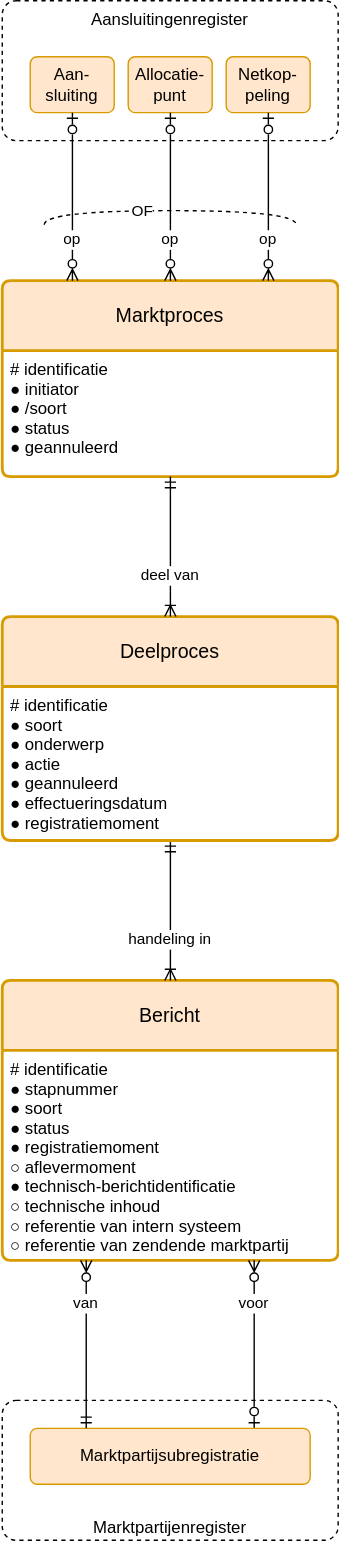
The draw.io diagram registers/marktprocesregister/1.0/marktprocesregister.drawio.svg in Netbeheer-Nederland/stelsel, before a commit. Source tidied: cells renumbered, new cells last; positions are measured from the earlier drawing's top-left corner, leaving out a move shared by most shapes.
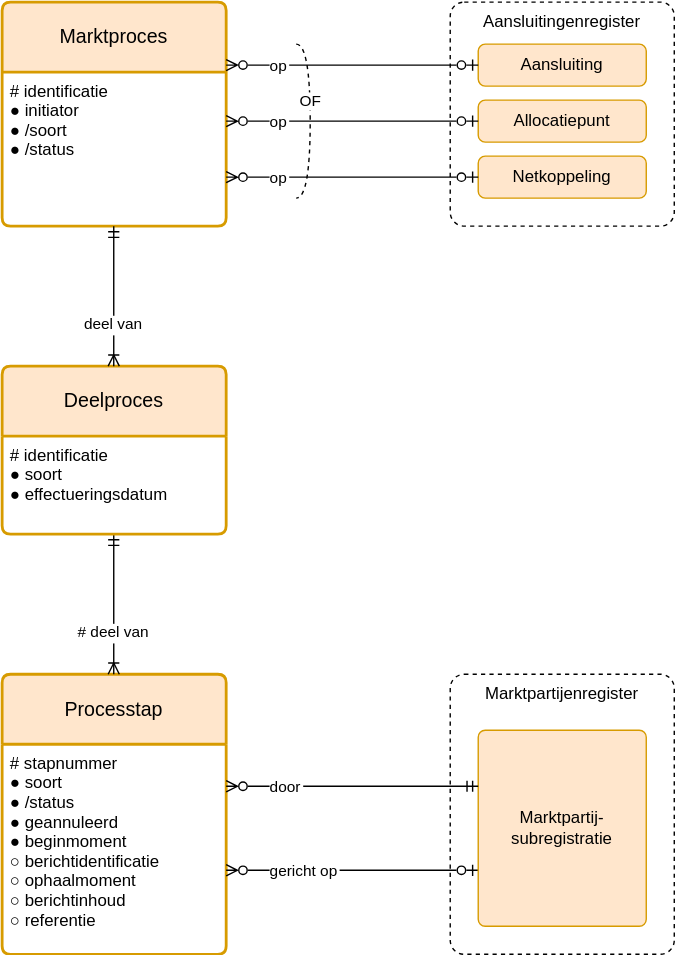
Later version of the same file.

Change to the diagram source:
```diff
@@ -2,78 +2,78 @@
   <root>
     <mxCell id="0" />
     <mxCell id="1" parent="0" />
-    <mxCell id="2" value="Marktpartijenregister" style="rounded=1;whiteSpace=wrap;absoluteArcSize=1;dashed=1;fillColor=default;verticalAlign=bottom;spacingLeft=10;spacingRight=10;" parent="1" vertex="1">
-      <mxGeometry y="1000" width="240" height="100" as="geometry" />
+    <mxCell id="2" value="Marktpartijenregister" style="rounded=1;whiteSpace=wrap;absoluteArcSize=1;dashed=1;fillColor=default;verticalAlign=top;spacingLeft=10;spacingRight=10;" parent="1" vertex="1">
+      <mxGeometry x="320" y="480" width="160" height="200" as="geometry" />
     </mxCell>
     <mxCell id="3" value="Marktproces" style="swimlane;horizontal=1;startSize=50;rounded=1;fontSize=14;fontStyle=0;strokeWidth=2;shadow=0;dashed=0;align=center;arcSize=4;whiteSpace=wrap;spacing=10;fillColor=#ffe6cc;strokeColor=#d79b00;" parent="1" vertex="1">
-      <mxGeometry y="200" width="240" height="140" as="geometry" />
+      <mxGeometry width="160" height="160" as="geometry" />
     </mxCell>
-    <mxCell id="4" value="# identificatie&#10;● initiator&#10;● /soort&#10;● status&#10;● geannuleerd" style="align=left;strokeColor=none;fillColor=none;spacingLeft=4;fontSize=12;verticalAlign=top;" parent="3" vertex="1">
-      <mxGeometry y="50" width="240" height="90" as="geometry" />
+    <mxCell id="4" value="# identificatie&#10;● initiator&#10;● /soort&#10;● /status" style="align=left;strokeColor=none;fillColor=none;spacingLeft=4;fontSize=12;verticalAlign=top;" parent="3" vertex="1">
+      <mxGeometry y="50" width="160" height="110" as="geometry" />
     </mxCell>
-    <mxCell id="5" value="Bericht" style="swimlane;horizontal=1;startSize=50;rounded=1;fontSize=14;fontStyle=0;strokeWidth=2;shadow=0;dashed=0;align=center;arcSize=4;whiteSpace=wrap;spacing=10;fillColor=#ffe6cc;strokeColor=#d79b00;" parent="1" vertex="1">
-      <mxGeometry y="700" width="240" height="200" as="geometry" />
+    <mxCell id="5" value="Processtap" style="swimlane;horizontal=1;startSize=50;rounded=1;fontSize=14;fontStyle=0;strokeWidth=2;shadow=0;dashed=0;align=center;arcSize=4;whiteSpace=wrap;spacing=10;fillColor=#ffe6cc;strokeColor=#d79b00;" parent="1" vertex="1">
+      <mxGeometry y="480" width="160" height="200" as="geometry" />
     </mxCell>
-    <mxCell id="6" value="# identificatie&#10;● stapnummer&#10;● soort&#10;● status&#10;● registratiemoment&#10;○ aflevermoment&#10;● technisch-berichtidentificatie&#10;○ technische inhoud&#10;○ referentie van intern systeem&#10;○ referentie van zendende marktpartij" style="align=left;strokeColor=none;fillColor=none;spacingLeft=4;fontSize=12;verticalAlign=top;" parent="5" vertex="1">
-      <mxGeometry y="50" width="240" height="150" as="geometry" />
+    <mxCell id="6" value="# stapnummer&#10;● soort&#10;● /status&#10;● geannuleerd&#10;● beginmoment&#10;○ berichtidentificatie&#10;○ ophaalmoment&#10;○ berichtinhoud&#10;○ referentie" style="align=left;strokeColor=none;fillColor=none;spacingLeft=4;fontSize=12;verticalAlign=top;" parent="5" vertex="1">
+      <mxGeometry y="50" width="160" height="150" as="geometry" />
     </mxCell>
-    <mxCell id="7" value="handeling in" style="endArrow=ERmandOne;edgeStyle=elbowEdgeStyle;endFill=0;startArrow=ERoneToMany;startFill=0;align=center;" parent="1" edge="1" source="5" target="8">
+    <mxCell id="7" value="# deel van" style="endArrow=ERmandOne;edgeStyle=elbowEdgeStyle;endFill=0;startArrow=ERoneToMany;startFill=0;align=center;" parent="1" edge="1" source="5" target="8">
       <mxGeometry x="-0.4" relative="1" as="geometry" />
     </mxCell>
     <mxCell id="8" value="Deelproces" style="swimlane;horizontal=1;startSize=50;rounded=1;fontSize=14;fontStyle=0;strokeWidth=2;shadow=0;dashed=0;align=center;arcSize=4;whiteSpace=wrap;spacing=10;fillColor=#ffe6cc;strokeColor=#d79b00;" parent="1" vertex="1">
-      <mxGeometry y="440" width="240" height="160" as="geometry" />
+      <mxGeometry y="260" width="160" height="120" as="geometry" />
     </mxCell>
-    <mxCell id="9" value="# identificatie&#10;● soort&#10;● onderwerp&#10;● actie&#10;● geannuleerd&#10;● effectueringsdatum&#10;● registratiemoment" style="align=left;strokeColor=none;fillColor=none;spacingLeft=4;fontSize=12;verticalAlign=top;" parent="8" vertex="1">
-      <mxGeometry y="50" width="240" height="110" as="geometry" />
+    <mxCell id="9" value="# identificatie&#10;● soort&#10;● effectueringsdatum" style="align=left;strokeColor=none;fillColor=none;spacingLeft=4;fontSize=12;verticalAlign=top;" parent="8" vertex="1">
+      <mxGeometry y="50" width="160" height="70" as="geometry" />
     </mxCell>
     <mxCell id="10" value="deel van" style="endArrow=ERmandOne;edgeStyle=elbowEdgeStyle;endFill=0;startArrow=ERoneToMany;startFill=0;align=center;" parent="1" edge="1" source="8" target="3">
       <mxGeometry x="-0.4" relative="1" as="geometry" />
     </mxCell>
-    <mxCell id="11" value="voor" style="endArrow=ERzeroToOne;edgeStyle=elbowEdgeStyle;endFill=0;startArrow=ERzeroToMany;startFill=0;align=center;" parent="1" edge="1" source="5" target="12">
-      <mxGeometry x="-0.5" relative="1" as="geometry">
+    <mxCell id="11" value="gericht op" style="endArrow=ERzeroToOne;edgeStyle=elbowEdgeStyle;endFill=0;startArrow=ERzeroToMany;startFill=0;align=left;elbow=vertical;" parent="1" edge="1" source="5" target="12">
+      <mxGeometry x="-0.67" relative="1" as="geometry">
         <Array as="points">
-          <mxPoint x="180" y="1000" />
+          <mxPoint x="250" y="620" />
         </Array>
       </mxGeometry>
     </mxCell>
-    <mxCell id="12" value="Marktpartijsubregistratie" style="rounded=1;arcSize=10;whiteSpace=wrap;align=center;absoluteArcSize=1;spacing=10;fillColor=#ffe6cc;strokeColor=#d79b00;" parent="1" vertex="1">
-      <mxGeometry x="20" y="1020" width="200" height="40" as="geometry" />
+    <mxCell id="12" value="Marktpartij-subregistratie" style="rounded=1;arcSize=10;whiteSpace=wrap;align=center;absoluteArcSize=1;spacing=10;fillColor=#ffe6cc;strokeColor=#d79b00;" parent="1" vertex="1">
+      <mxGeometry x="340" y="520" width="120" height="140" as="geometry" />
     </mxCell>
-    <mxCell id="13" value="van" style="endArrow=ERmandOne;edgeStyle=elbowEdgeStyle;endFill=0;startArrow=ERzeroToMany;startFill=0;align=center;" parent="1" edge="1" source="5" target="12">
-      <mxGeometry x="-0.5" relative="1" as="geometry">
+    <mxCell id="13" value="door" style="endArrow=ERmandOne;edgeStyle=elbowEdgeStyle;endFill=0;startArrow=ERzeroToMany;startFill=0;align=left;elbow=vertical;" parent="1" edge="1" source="5" target="12">
+      <mxGeometry x="-0.67" relative="1" as="geometry">
         <Array as="points">
-          <mxPoint x="60" y="1000" />
+          <mxPoint x="250" y="560" />
         </Array>
       </mxGeometry>
     </mxCell>
     <mxCell id="14" value="Aansluitingenregister" style="rounded=1;whiteSpace=wrap;absoluteArcSize=1;dashed=1;fillColor=default;verticalAlign=top;spacingLeft=10;spacingRight=10;" parent="1" vertex="1">
-      <mxGeometry width="240" height="100" as="geometry" />
+      <mxGeometry x="320" width="160" height="160" as="geometry" />
     </mxCell>
-    <mxCell id="15" value="Aan-sluiting" style="rounded=1;arcSize=10;whiteSpace=wrap;align=center;absoluteArcSize=1;spacing=10;fillColor=#ffe6cc;strokeColor=#d79b00;" parent="1" vertex="1">
-      <mxGeometry x="20" y="40" width="60" height="40" as="geometry" />
+    <mxCell id="15" value="Aansluiting" style="rounded=1;arcSize=10;whiteSpace=wrap;align=center;absoluteArcSize=1;spacing=10;fillColor=#ffe6cc;strokeColor=#d79b00;" parent="1" vertex="1">
+      <mxGeometry x="340" y="30" width="120" height="30" as="geometry" />
     </mxCell>
-    <mxCell id="16" value="Allocatie-punt" style="rounded=1;arcSize=10;whiteSpace=wrap;align=center;absoluteArcSize=1;spacing=10;fillColor=#ffe6cc;strokeColor=#d79b00;" parent="1" vertex="1">
-      <mxGeometry x="90" y="40" width="60" height="40" as="geometry" />
+    <mxCell id="16" value="Allocatiepunt" style="rounded=1;arcSize=10;whiteSpace=wrap;align=center;absoluteArcSize=1;spacing=10;fillColor=#ffe6cc;strokeColor=#d79b00;" parent="1" vertex="1">
+      <mxGeometry x="340" y="70" width="120" height="30" as="geometry" />
     </mxCell>
-    <mxCell id="17" value="Netkop-peling" style="rounded=1;arcSize=10;whiteSpace=wrap;align=center;absoluteArcSize=1;spacing=10;fillColor=#ffe6cc;strokeColor=#d79b00;" parent="1" vertex="1">
-      <mxGeometry x="160" y="40" width="60" height="40" as="geometry" />
+    <mxCell id="17" value="Netkoppeling" style="rounded=1;arcSize=10;whiteSpace=wrap;align=center;absoluteArcSize=1;spacing=10;fillColor=#ffe6cc;strokeColor=#d79b00;" parent="1" vertex="1">
+      <mxGeometry x="340" y="110" width="120" height="30" as="geometry" />
     </mxCell>
-    <mxCell id="18" value="op" style="endArrow=ERzeroToOne;edgeStyle=elbowEdgeStyle;endFill=0;startArrow=ERzeroToMany;startFill=0;align=center;" parent="1" edge="1" source="3" target="15">
-      <mxGeometry x="-0.5" relative="1" as="geometry" />
+    <mxCell id="18" value="op" style="endArrow=ERzeroToOne;edgeStyle=elbowEdgeStyle;endFill=0;startArrow=ERzeroToMany;startFill=0;align=left;elbow=vertical;" parent="1" edge="1" source="3" target="15">
+      <mxGeometry x="-0.67" relative="1" as="geometry" />
     </mxCell>
-    <mxCell id="19" value="op" style="endArrow=ERzeroToOne;edgeStyle=elbowEdgeStyle;endFill=0;startArrow=ERzeroToMany;startFill=0;align=center;" parent="1" edge="1" source="3" target="16">
-      <mxGeometry x="-0.5" relative="1" as="geometry" />
+    <mxCell id="19" value="op" style="endArrow=ERzeroToOne;edgeStyle=elbowEdgeStyle;endFill=0;startArrow=ERzeroToMany;startFill=0;align=left;elbow=vertical;" parent="1" edge="1" source="3" target="16">
+      <mxGeometry x="-0.67" relative="1" as="geometry" />
     </mxCell>
-    <mxCell id="20" value="op" style="endArrow=ERzeroToOne;edgeStyle=elbowEdgeStyle;endFill=0;startArrow=ERzeroToMany;startFill=0;align=center;" parent="1" edge="1" source="3" target="17">
-      <mxGeometry x="-0.5" relative="1" as="geometry" />
+    <mxCell id="20" value="op" style="endArrow=ERzeroToOne;edgeStyle=elbowEdgeStyle;endFill=0;startArrow=ERzeroToMany;startFill=0;align=left;elbow=vertical;" parent="1" edge="1" source="3" target="17">
+      <mxGeometry x="-0.67" relative="1" as="geometry" />
     </mxCell>
     <mxCell id="21" value="OF" style="endArrow=none;dashed=1;html=1;edgeStyle=orthogonalEdgeStyle;curved=1;" parent="1" edge="1">
-      <mxGeometry x="-0.2" relative="1" as="geometry">
-        <mxPoint x="30" y="160" as="sourcePoint" />
-        <mxPoint x="210" y="160" as="targetPoint" />
+      <mxGeometry x="-0.23" relative="1" as="geometry">
+        <mxPoint x="210" y="30" as="sourcePoint" />
+        <mxPoint x="210" y="140" as="targetPoint" />
         <Array as="points">
-          <mxPoint x="30" y="150" />
-          <mxPoint x="210" y="150" />
+          <mxPoint x="220" y="30" />
+          <mxPoint x="220" y="140" />
         </Array>
       </mxGeometry>
     </mxCell>
```
